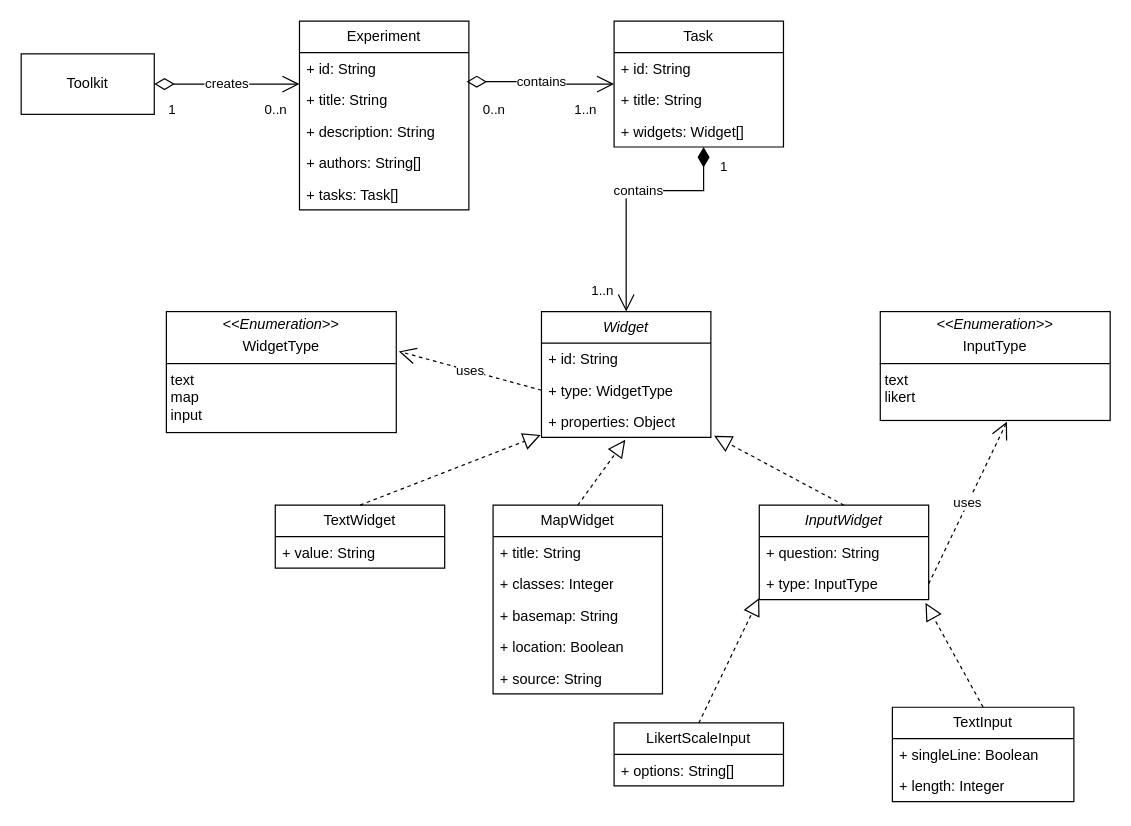
The draw.io diagram resources/Model.drawio in aurioldegbelo/map-experiment-creation-toolkit, before the edit. Source tidied: cells renumbered, new cells numbered last; positions are measured from the earlier drawing's top-left corner, leaving out a move shared by most shapes. Both pictures are drawn from the tidied source at 121%, with x=0, y=0 at pixel (21, 21).
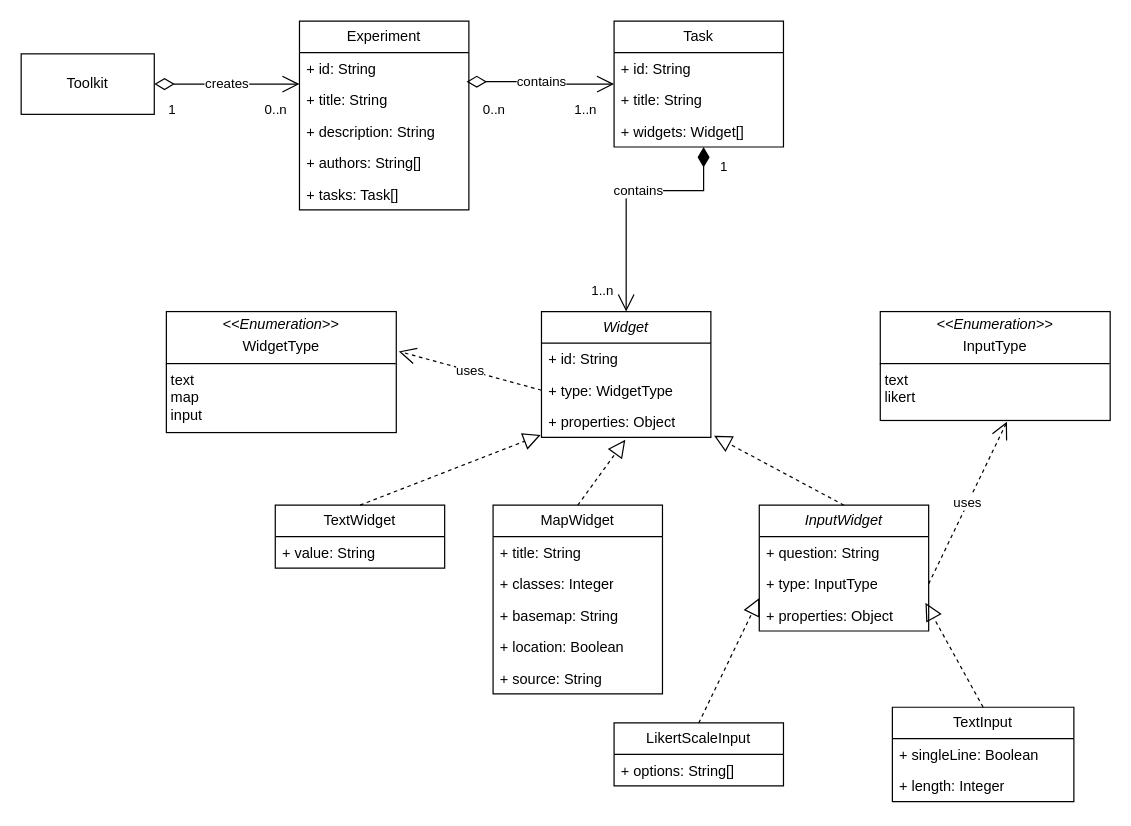
The same page after the edit.

Change to the diagram source:
```diff
@@
     <mxCell id="38" value="&lt;i&gt;InputWidget&lt;/i&gt;" style="swimlane;fontStyle=0;horizontal=1;startSize=26;fillColor=none;whiteSpace=wrap;html=1;" parent="1" vertex="1">
-      <mxGeometry x="610" y="400" width="140" height="78" as="geometry" />
+      <mxGeometry x="610" y="400" width="140" height="104" as="geometry" />
     </mxCell>
@@
+    <mxCell id="51" value="+ properties: Object&lt;div&gt;&lt;br&gt;&lt;/div&gt;" style="text;strokeColor=none;fillColor=none;align=left;verticalAlign=top;spacingLeft=4;spacingRight=4;overflow=hidden;whiteSpace=wrap;html=1;" parent="38" vertex="1">
+      <mxGeometry y="78" width="140" height="26" as="geometry" />
+    </mxCell>
```
